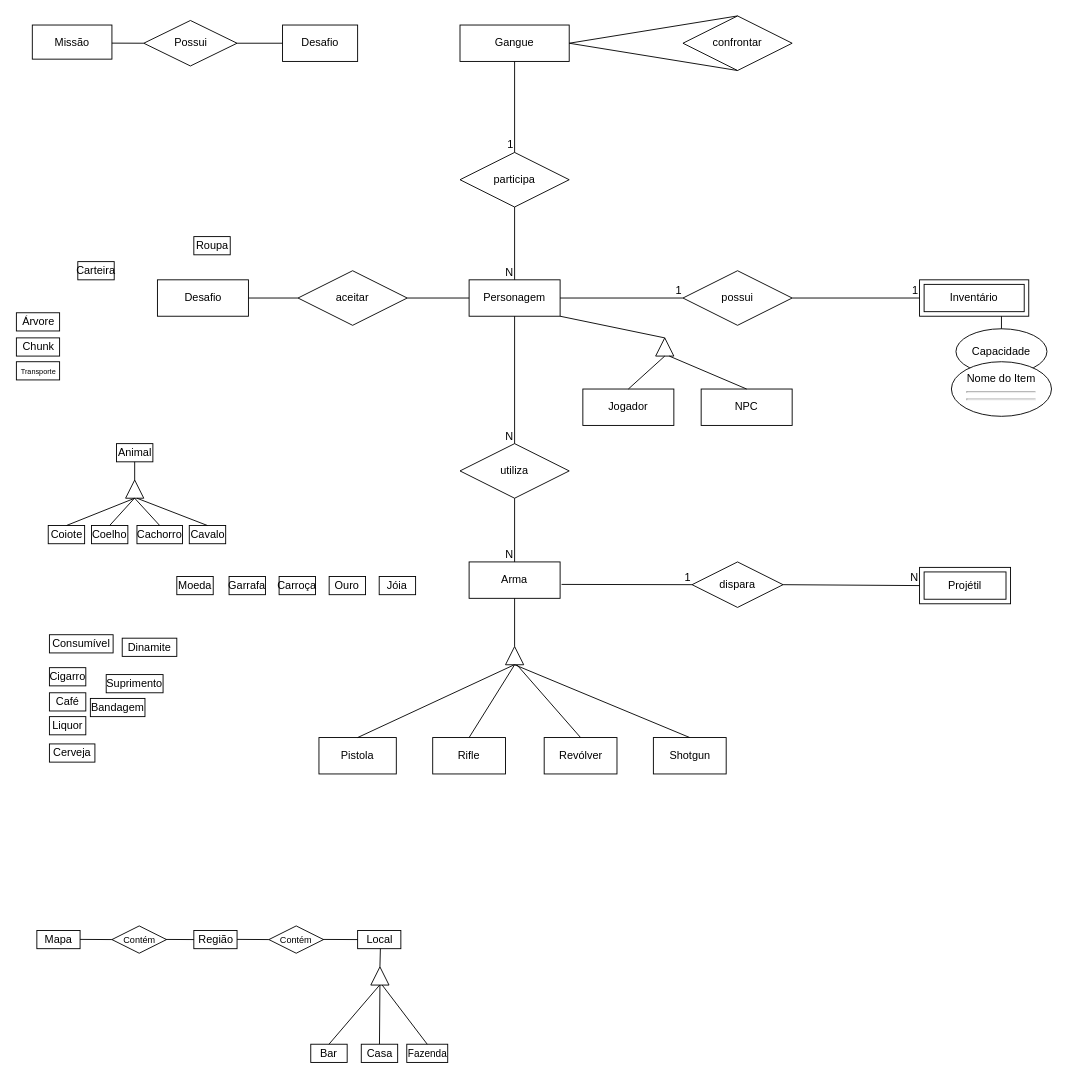
Earlier version of the draw.io diagram assets/img/Untitled Diagram.drawio (SBD1/2024.1-Red_Dead_Redemption2). Source tidied: cells renumbered, new cells numbered last; positions are measured from the earlier drawing's top-left corner, leaving out a move shared by most shapes. Both pictures are drawn from the tidied source at 91%, with x=0, y=0 at pixel (16, 15).
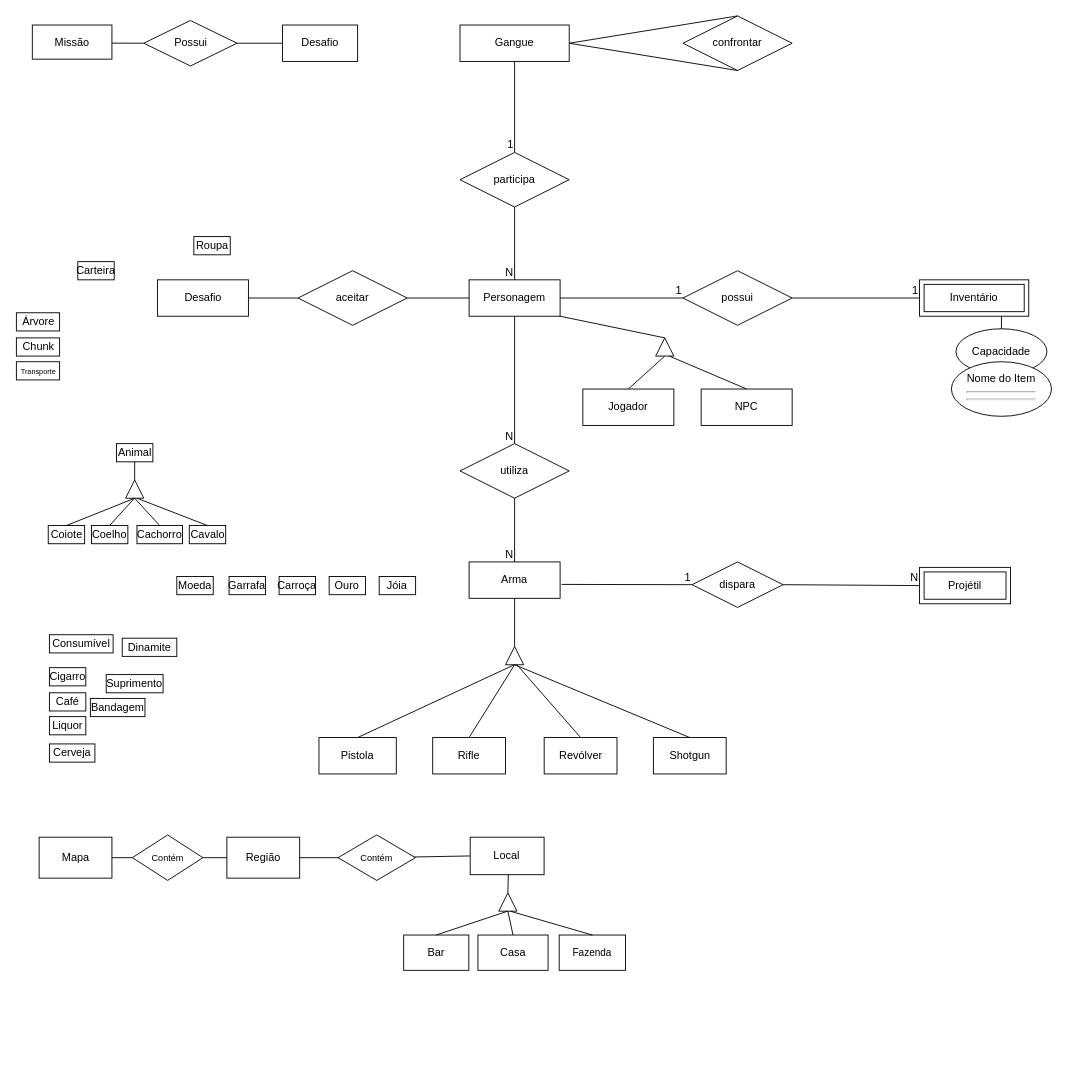
The same page after the edit.

The edit, as a diff of the source:
```diff
@@
     <mxCell id="3" value="Bar" style="whiteSpace=wrap;html=1;" parent="1" vertex="1">
-      <mxGeometry x="323" y="1130" width="40" height="20" as="geometry" />
+      <mxGeometry x="425.1" y="1010" width="71.6" height="38.8" as="geometry" />
     </mxCell>
@@
     <mxCell id="25" value="&lt;font style=&quot;font-size: 11px;&quot;&gt;Fazenda&lt;/font&gt;" style="whiteSpace=wrap;html=1;" parent="1" vertex="1">
-      <mxGeometry x="428.5" y="1130" width="45" height="20" as="geometry" />
+      <mxGeometry x="596" y="1010" width="72.9" height="38.8" as="geometry" />
     </mxCell>
@@
-    <mxCell id="33" value="Mapa" style="whiteSpace=wrap;html=1;align=center;" parent="1" vertex="1">
-      <mxGeometry x="22" y="1005" width="47.5" height="20" as="geometry" />
-    </mxCell>
     <mxCell id="34" value="Região" style="whiteSpace=wrap;html=1;align=center;" parent="1" vertex="1">
-      <mxGeometry x="194.5" y="1005" width="47.5" height="20" as="geometry" />
+      <mxGeometry x="230.8" y="902.5" width="80" height="45" as="geometry" />
     </mxCell>
@@
-    <mxCell id="38" value="Local" style="whiteSpace=wrap;html=1;align=center;" parent="1" vertex="1">
-      <mxGeometry x="374.5" y="1005" width="47.5" height="20" as="geometry" />
+    <mxCell id="38" value="Local" style="whiteSpace=wrap;html=1;align=center;direction=south;" parent="1" vertex="1">
+      <mxGeometry x="498.2" y="902.5" width="81.2" height="41.2" as="geometry" />
     </mxCell>
@@
-    <mxCell id="46" style="endArrow=none;html=1;rounded=0;entryX=0;entryY=0.5;entryDx=0;entryDy=0;" parent="1" edge="1">
+    <mxCell id="46" style="endArrow=none;html=1;rounded=0;entryX=0;entryY=0.5;entryDx=0;entryDy=0;" parent="1" edge="1" source="33">
       <mxGeometry relative="1" as="geometry">
-        <mxPoint x="69.5" y="1014.8" as="sourcePoint" />
-        <mxPoint x="104.5" y="1015" as="targetPoint" />
+        <mxPoint x="127" y="925" as="targetPoint" />
       </mxGeometry>
     </mxCell>
@@
-    <mxCell id="48" style="endArrow=none;html=1;rounded=0;" parent="1" edge="1">
-      <mxGeometry relative="1" as="geometry">
-        <mxPoint x="154.5" y="1014.8" as="sourcePoint" />
-        <mxPoint x="194.5" y="1015" as="targetPoint" />
-      </mxGeometry>
+    <mxCell id="48" style="endArrow=none;html=1;rounded=0;entryX=0;entryY=0.5;entryDx=0;entryDy=0;exitX=1;exitY=0.5;exitDx=0;exitDy=0;" parent="1" edge="1" source="50" target="34">
+      <mxGeometry relative="1" as="geometry" />
     </mxCell>
@@
     <mxCell id="50" value="&lt;font style=&quot;font-size: 10px;&quot;&gt;Contém&lt;/font&gt;" style="shape=rhombus;perimeter=rhombusPerimeter;whiteSpace=wrap;html=1;align=center;" parent="1" vertex="1">
-      <mxGeometry x="104.5" y="1000" width="60" height="30" as="geometry" />
+      <mxGeometry x="127" y="900" width="77.5" height="50" as="geometry" />
     </mxCell>
@@
-    <mxCell id="56" style="endArrow=none;html=1;rounded=0;entryX=0;entryY=0.5;entryDx=0;entryDy=0;" parent="1" edge="1">
+    <mxCell id="56" style="endArrow=none;html=1;rounded=0;entryX=0;entryY=0.5;entryDx=0;entryDy=0;exitX=1;exitY=0.5;exitDx=0;exitDy=0;" parent="1" edge="1" source="34">
       <mxGeometry relative="1" as="geometry">
-        <mxPoint x="242" y="1014.8" as="sourcePoint" />
-        <mxPoint x="277" y="1015" as="targetPoint" />
+        <mxPoint x="356.8" y="925" as="targetPoint" />
       </mxGeometry>
     </mxCell>
@@
-    <mxCell id="61" style="endArrow=none;html=1;rounded=0;entryX=0;entryY=0.5;entryDx=0;entryDy=0;" parent="1" edge="1" target="38">
-      <mxGeometry relative="1" as="geometry">
-        <mxPoint x="327" y="1014.8" as="sourcePoint" />
-      </mxGeometry>
+    <mxCell id="61" style="endArrow=none;html=1;rounded=0;entryX=0.5;entryY=1;entryDx=0;entryDy=0;" parent="1" edge="1" source="63" target="38">
+      <mxGeometry relative="1" as="geometry" />
     </mxCell>
@@
-    <mxCell id="63" value="&lt;font style=&quot;font-size: 10px;&quot;&gt;Contém&lt;/font&gt;" style="shape=rhombus;perimeter=rhombusPerimeter;whiteSpace=wrap;html=1;align=center;" parent="1" vertex="1">
-      <mxGeometry x="277" y="1000" width="60" height="30" as="geometry" />
-    </mxCell>
@@
     <mxCell id="79" style="triangle;whiteSpace=wrap;html=1;direction=north;" parent="1" vertex="1">
-      <mxGeometry x="389" y="1045" width="20" height="20" as="geometry" />
+      <mxGeometry x="529.6" y="963.8" width="20" height="20" as="geometry" />
     </mxCell>
@@
     <mxCell id="81" style="endArrow=none;html=1;rounded=0;entryX=0.5;entryY=1;entryDx=0;entryDy=0;exitX=1;exitY=0.5;exitDx=0;exitDy=0;" parent="1" edge="1" source="79">
       <mxGeometry relative="1" as="geometry">
-        <mxPoint x="399.5" y="1025" as="targetPoint" />
+        <mxPoint x="540.1" y="943.8" as="targetPoint" />
       </mxGeometry>
     </mxCell>
@@
     <mxCell id="84" style="endArrow=none;html=1;rounded=0;entryX=0.5;entryY=1;entryDx=0;entryDy=0;exitX=0.5;exitY=0;exitDx=0;exitDy=0;" parent="1" edge="1" source="3">
       <mxGeometry relative="1" as="geometry">
-        <mxPoint x="398.7" y="1065" as="targetPoint" />
+        <mxPoint x="539.3" y="983.8" as="targetPoint" />
       </mxGeometry>
     </mxCell>
@@
     <mxCell id="90" style="endArrow=none;html=1;rounded=0;exitX=0.5;exitY=0;exitDx=0;exitDy=0;" parent="1" edge="1" source="25">
       <mxGeometry relative="1" as="geometry">
-        <mxPoint x="401.5" y="1065" as="targetPoint" />
+        <mxPoint x="542.1" y="983.8" as="targetPoint" />
       </mxGeometry>
     </mxCell>
@@
     <mxCell id="92" value="Casa" style="whiteSpace=wrap;html=1;" parent="1" vertex="1">
-      <mxGeometry x="378.5" y="1130" width="40" height="20" as="geometry" />
+      <mxGeometry x="506.7" y="1010" width="77.1" height="38.8" as="geometry" />
     </mxCell>
@@
+    <mxCell id="104" style="endArrow=none;html=1;rounded=0;entryX=0;entryY=0.5;entryDx=0;entryDy=0;" parent="1" edge="1" target="33">
+      <mxGeometry relative="1" as="geometry">
+        <mxPoint x="92" y="924.8" as="sourcePoint" />
+      </mxGeometry>
+    </mxCell>
@@
+    <mxCell id="33" value="Mapa" style="whiteSpace=wrap;html=1;align=center;" parent="1" vertex="1">
+      <mxGeometry x="24.5" y="902.5" width="80" height="45" as="geometry" />
+    </mxCell>
@@
+    <mxCell id="105" style="endArrow=none;html=1;rounded=0;entryX=0.5;entryY=1;entryDx=0;entryDy=0;" parent="1" edge="1" target="63">
+      <mxGeometry relative="1" as="geometry">
+        <mxPoint x="406.8" y="924.8" as="sourcePoint" />
+      </mxGeometry>
+    </mxCell>
@@
+    <mxCell id="63" value="&lt;font style=&quot;font-size: 10px;&quot;&gt;Contém&lt;/font&gt;" style="shape=rhombus;perimeter=rhombusPerimeter;whiteSpace=wrap;html=1;align=center;" parent="1" vertex="1">
+      <mxGeometry x="353" y="900" width="85" height="50" as="geometry" />
+    </mxCell>
```
